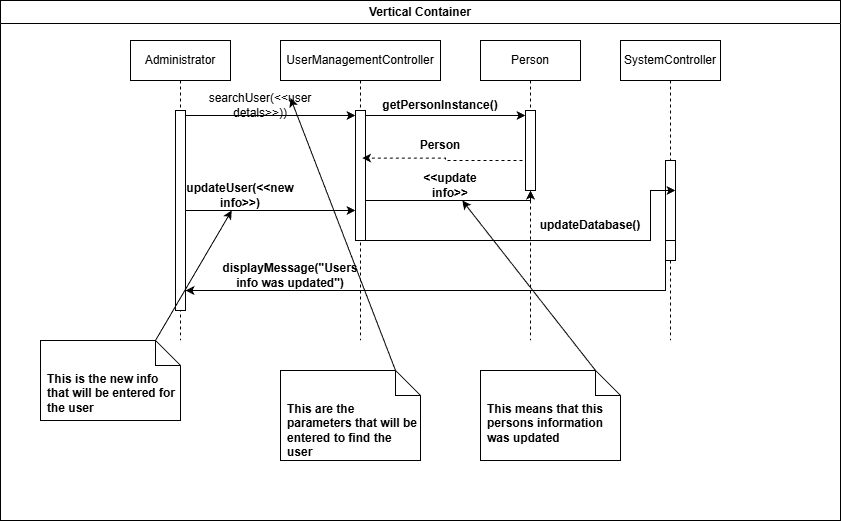
John34263/Hospital-Administration-System keeps this draw.io diagram as Week7/update sequence.png. Above is the earlier version. Source tidied: cells renumbered, new cells last; positions are measured from the earlier drawing's top-left corner, leaving out a move shared by most shapes.
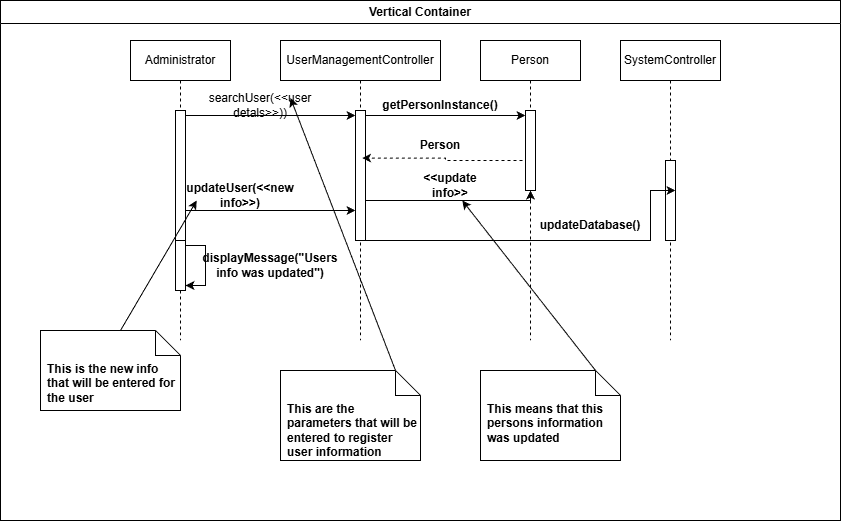
The same diagram one commit later.

Diff of the diagram source:
```diff
@@ -9,8 +9,14 @@
       <mxGeometry x="130" y="40" width="100" height="300" as="geometry" />
     </mxCell>
     <mxCell id="4" style="html=1;points=[[0,0,0,0,5],[0,1,0,0,-5],[1,0,0,0,5],[1,1,0,0,-5]];perimeter=orthogonalPerimeter;outlineConnect=0;targetShapes=umlLifeline;portConstraint=eastwest;newEdgeStyle={&quot;curved&quot;:0,&quot;rounded&quot;:0};" parent="3" vertex="1">
-      <mxGeometry x="45" y="70" width="10" height="200" as="geometry" />
+      <mxGeometry x="45" y="70" width="10" height="130" as="geometry" />
     </mxCell>
+    <mxCell id="9" style="html=1;points=[[0,0,0,0,5],[0,1,0,0,-5],[1,0,0,0,5],[1,1,0,0,-5]];perimeter=orthogonalPerimeter;outlineConnect=0;targetShapes=umlLifeline;portConstraint=eastwest;newEdgeStyle={&quot;curved&quot;:0,&quot;rounded&quot;:0};" parent="3" vertex="1">
+      <mxGeometry x="45" y="200" width="10" height="50" as="geometry" />
+    </mxCell>
+    <mxCell id="32" style="edgeStyle=orthogonalEdgeStyle;rounded=0;orthogonalLoop=1;jettySize=auto;html=1;curved=0;exitX=1;exitY=0;exitDx=0;exitDy=5;exitPerimeter=0;entryX=1;entryY=1;entryDx=0;entryDy=-5;entryPerimeter=0;" parent="3" edge="1" source="9" target="9">
+      <mxGeometry relative="1" as="geometry" />
+    </mxCell>
     <mxCell id="5" value="UserManagementController" style="shape=umlLifeline;perimeter=lifelinePerimeter;whiteSpace=wrap;html=1;newEdgeStyle={&quot;edgeStyle&quot;:&quot;elbowEdgeStyle&quot;,&quot;elbow&quot;:&quot;vertical&quot;,&quot;curved&quot;:0,&quot;rounded&quot;:0};size=40;" parent="2" vertex="1">
       <mxGeometry x="280" y="40" width="160" height="300" as="geometry" />
     </mxCell>
@@ -23,9 +29,6 @@
     <mxCell id="8" style="html=1;perimeter=orthogonalPerimeter;targetShapes=umlLifeline;newEdgeStyle={&quot;curved&quot;:0,&quot;rounded&quot;:0};" parent="7" vertex="1">
       <mxGeometry x="45" y="120" width="10" height="80" as="geometry" />
     </mxCell>
-    <mxCell id="9" style="html=1;points=[[0,0,0,0,5],[0,1,0,0,-5],[1,0,0,0,5],[1,1,0,0,-5]];perimeter=orthogonalPerimeter;outlineConnect=0;targetShapes=umlLifeline;portConstraint=eastwest;newEdgeStyle={&quot;curved&quot;:0,&quot;rounded&quot;:0};" parent="7" vertex="1">
-      <mxGeometry x="45" y="200" width="10" height="20" as="geometry" />
-    </mxCell>
     <mxCell id="10" style="edgeStyle=orthogonalEdgeStyle;rounded=0;jettySize=auto;html=1;curved=0;exitX=1;exitY=0;exitDx=0;exitDy=5;exitPerimeter=0;entryX=0;entryY=0;entryDx=0;entryDy=5;entryPerimeter=0;horizontal=1;" parent="2" edge="1" source="4" target="6">
       <mxGeometry relative="1" as="geometry" />
     </mxCell>
@@ -44,7 +47,7 @@
     <mxCell id="15" style="rounded=0;jettySize=auto;html=1;exitX=0;exitY=0;exitDx=115;exitDy=0;exitPerimeter=0;entryX=1;entryY=0.25;entryDx=0;entryDy=0;" parent="2" edge="1" source="16" target="11">
       <mxGeometry relative="1" as="geometry" />
     </mxCell>
-    <mxCell id="16" value="&lt;b&gt;This are the parameters that will be entered to find the user&lt;/b&gt;" style="shape=note2;boundedLbl=1;whiteSpace=wrap;html=1;size=25;verticalAlign=top;align=left;spacingLeft=5;" parent="2" vertex="1">
+    <mxCell id="16" value="&lt;b&gt;This are the parameters that will be entered to register user information&lt;/b&gt;" style="shape=note2;boundedLbl=1;whiteSpace=wrap;html=1;size=25;verticalAlign=top;align=left;spacingLeft=5;" parent="2" vertex="1">
       <mxGeometry x="280" y="370" width="140" height="90" as="geometry" />
     </mxCell>
     <mxCell id="17" style="rounded=0;jettySize=auto;html=1;exitX=0;exitY=0;exitDx=115;exitDy=0;exitPerimeter=0;" parent="2" edge="1" source="18" target="14">
@@ -66,15 +69,8 @@
     <mxCell id="20" value="&lt;b&gt;updateDatabase()&lt;/b&gt;" style="text;html=1;whiteSpace=wrap;strokeColor=none;fillColor=none;align=center;verticalAlign=middle;rounded=0;" parent="2" vertex="1">
       <mxGeometry x="560" y="210" width="60" height="30" as="geometry" />
     </mxCell>
-    <mxCell id="21" style="edgeStyle=orthogonalEdgeStyle;rounded=0;jettySize=auto;html=1;curved=0;exitX=0;exitY=1;exitDx=0;exitDy=-5;exitPerimeter=0;" parent="2" edge="1" source="9" target="4">
-      <mxGeometry relative="1" as="geometry">
-        <Array as="points">
-          <mxPoint x="665" y="290" />
-        </Array>
-      </mxGeometry>
-    </mxCell>
     <mxCell id="22" value="&lt;b&gt;displayMessage(&quot;Users info was updated&quot;)&lt;/b&gt;" style="text;html=1;whiteSpace=wrap;strokeColor=none;fillColor=none;align=center;verticalAlign=middle;rounded=0;" parent="2" vertex="1">
-      <mxGeometry x="260" y="260" width="60" height="30" as="geometry" />
+      <mxGeometry x="240" y="250" width="60" height="30" as="geometry" />
     </mxCell>
     <mxCell id="23" style="edgeStyle=orthogonalEdgeStyle;rounded=0;jettySize=auto;html=1;curved=0;exitX=1;exitY=0;exitDx=0;exitDy=5;exitPerimeter=0;" parent="2" edge="1" source="6" target="13">
       <mxGeometry relative="1" as="geometry">
@@ -114,11 +110,14 @@
     <mxCell id="29" value="&lt;b&gt;Person&lt;/b&gt;" style="text;html=1;whiteSpace=wrap;strokeColor=none;fillColor=none;align=center;verticalAlign=middle;rounded=0;" parent="2" vertex="1">
       <mxGeometry x="410" y="130" width="60" height="30" as="geometry" />
     </mxCell>
-    <mxCell id="30" style="rounded=0;jettySize=auto;html=1;exitX=0;exitY=0;exitDx=115;exitDy=0;exitPerimeter=0;" parent="2" edge="1" source="31" target="25">
-      <mxGeometry relative="1" as="geometry" />
+    <mxCell id="30" style="rounded=0;orthogonalLoop=1;jettySize=auto;html=1;exitX=0;exitY=0;exitDx=115;exitDy=0;exitPerimeter=0;" parent="2" edge="1">
+      <mxGeometry relative="1" as="geometry">
+        <mxPoint x="120" y="330" as="sourcePoint" />
+        <mxPoint x="196.2" y="200" as="targetPoint" />
+      </mxGeometry>
     </mxCell>
     <mxCell id="31" value="&lt;b&gt;This is the new info that will be entered for the user&lt;/b&gt;" style="shape=note2;boundedLbl=1;whiteSpace=wrap;html=1;size=25;verticalAlign=top;align=left;spacingLeft=5;" parent="2" vertex="1">
-      <mxGeometry x="40" y="340" width="140" height="80" as="geometry" />
+      <mxGeometry x="40" y="330" width="140" height="80" as="geometry" />
     </mxCell>
   </root>
 </mxGraphModel>
```
